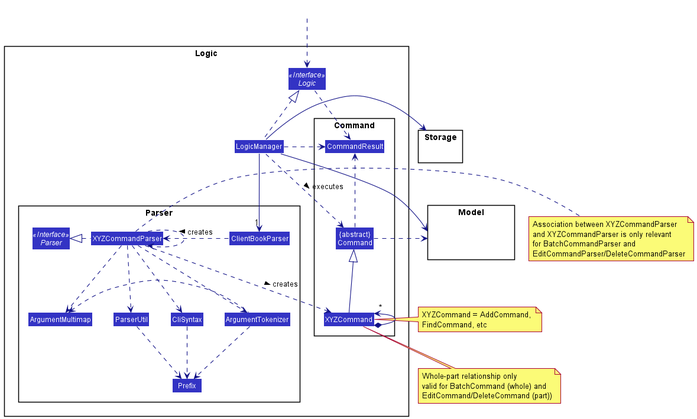
Earlier version of the PlantUML export docs/images/LogicClassDiagram.png (nus-cs2103-AY2021S2/tp). The source it was exported from:
```plantuml
@startuml
!include style.puml
skinparam arrowThickness 1.1
skinparam arrowColor LOGIC_COLOR_T4
skinparam classBackgroundColor LOGIC_COLOR

package Logic {

package Parser {
Interface Parser <<Interface>>
Class ClientBookParser
Class XYZCommandParser
Class CliSyntax
Class ParserUtil
Class ArgumentMultimap
Class ArgumentTokenizer
Class Prefix
}

package Command {
Class XYZCommand
Class CommandResult
Class "{abstract}\nCommand" as Command
}

Interface Logic <<Interface>>
Class LogicManager
}

package Model{
Class HiddenModel #FFFFFF
}

package Storage{
Class HiddenModel #FFFFFF
}

Class HiddenOutside #FFFFFF
HiddenOutside ..> Logic

LogicManager .up.|> Logic
LogicManager -->"1" ClientBookParser
ClientBookParser .left.> XYZCommandParser: creates >

XYZCommandParser ..> XYZCommandParser
XYZCommandParser ..> XYZCommand : creates >
XYZCommandParser .left.|> Parser
XYZCommandParser ..> ArgumentMultimap
XYZCommandParser ..> ArgumentTokenizer
ArgumentTokenizer .left.> ArgumentMultimap
XYZCommandParser ..> CliSyntax
CliSyntax ..> Prefix
XYZCommandParser ..> ParserUtil
ParserUtil .down.> Prefix
ArgumentTokenizer .down.> Prefix
XYZCommand -up-|> Command
XYZCommand *-left-> "*" XYZCommand
LogicManager .left.> Command : executes >

LogicManager --> Model
LogicManager --> Storage
Storage --[hidden] Model
Command .[hidden]up.> Storage
Command .right.> Model
note right of XYZCommand: XYZCommand = AddCommand, \nFindCommand, etc
note bottom of XYZCommand: Whole-part relationship only \nvalid for BatchCommand (whole) and \nEditCommand/DeleteCommand (part))


Logic ..> CommandResult
LogicManager .down.> CommandResult
Command .up.> CommandResult
CommandResult -[hidden]-> Parser
note right of XYZCommandParser: Association between XYZCommandParser \nand XYZCommandParser is only relevant \nfor BatchCommandParser and \nEditCommandParser/DeleteCommandParser
@enduml
```
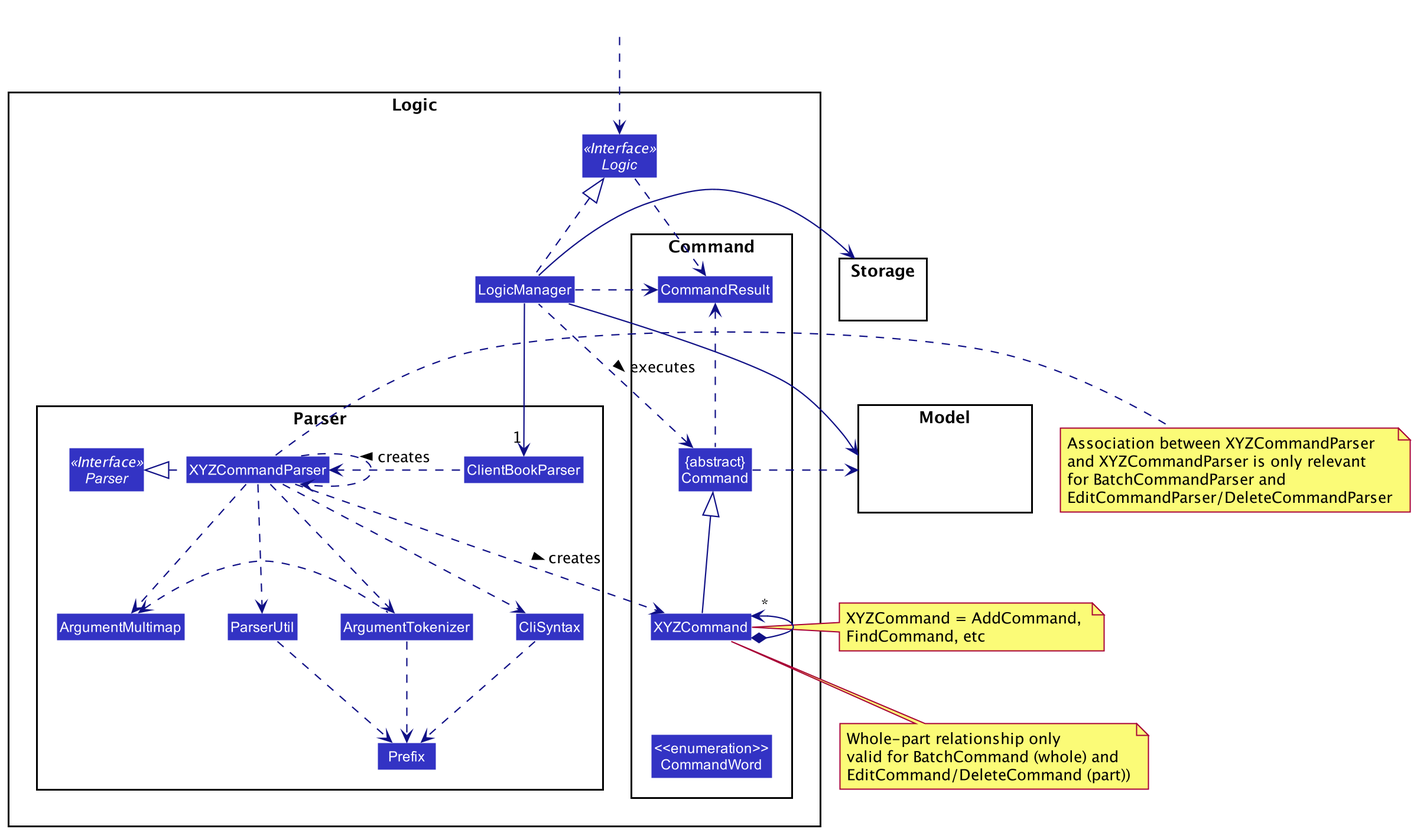
After the commit.

What changed in the source:
```diff
@@ -21,6 +21,7 @@
 Class XYZCommand
 Class CommandResult
 Class "{abstract}\nCommand" as Command
+Enum "<<enumeration>>\nCommandWord" as CommandWord
 }
 
 Interface Logic <<Interface>>
@@ -70,5 +71,6 @@
 LogicManager .down.> CommandResult
 Command .up.> CommandResult
 CommandResult -[hidden]-> Parser
+CommandWord -[hidden]up-> XYZCommand
 note right of XYZCommandParser: Association between XYZCommandParser \nand XYZCommandParser is only relevant \nfor BatchCommandParser and \nEditCommandParser/DeleteCommandParser
 @enduml
```
